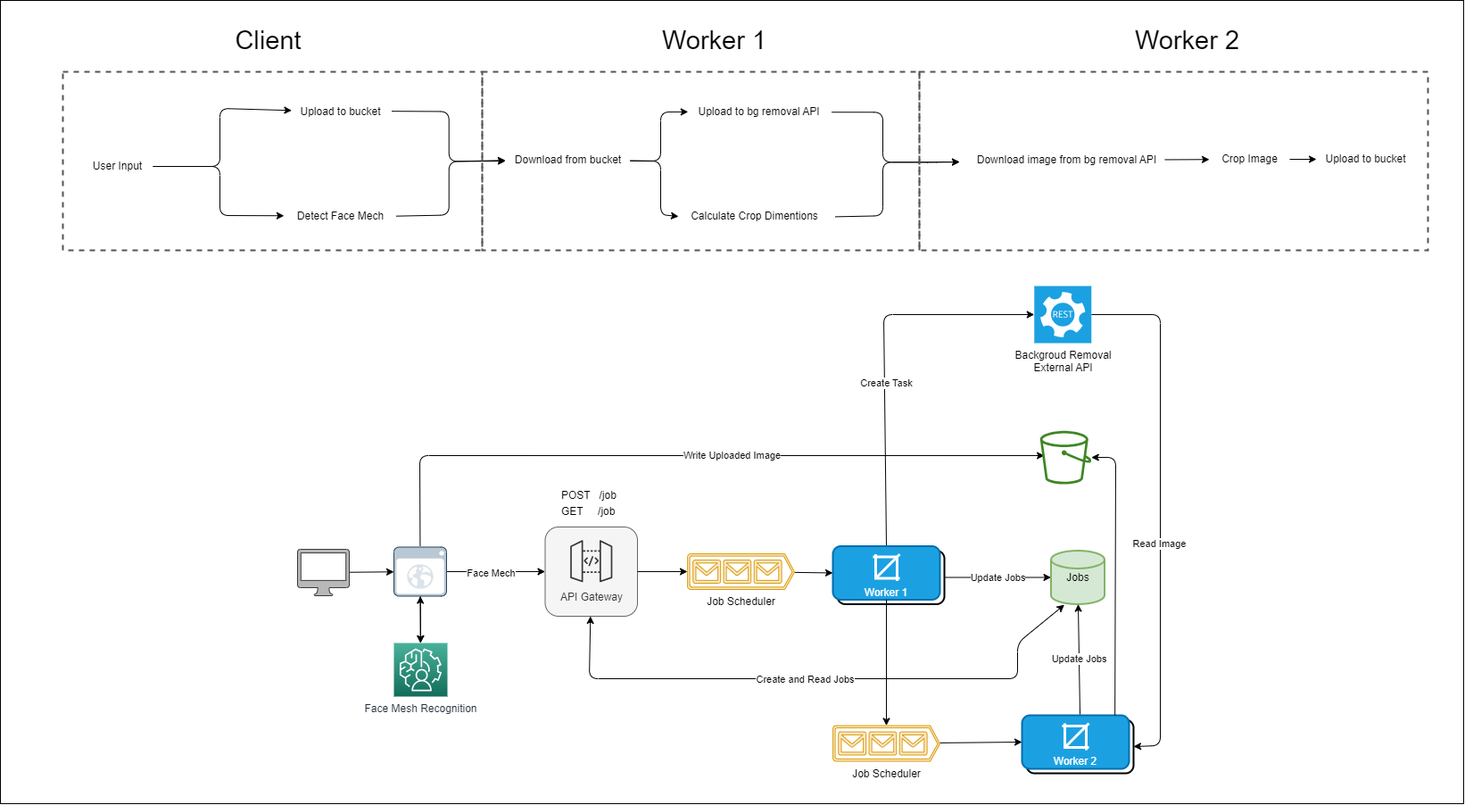
The draw.io diagram architecture.2.0.0.drawio.png in Abdallah-Ragab/dv-image, before a commit. Source tidied: cells renumbered, new cells last; positions are measured from the earlier drawing's top-left corner, leaving out a move shared by most shapes.
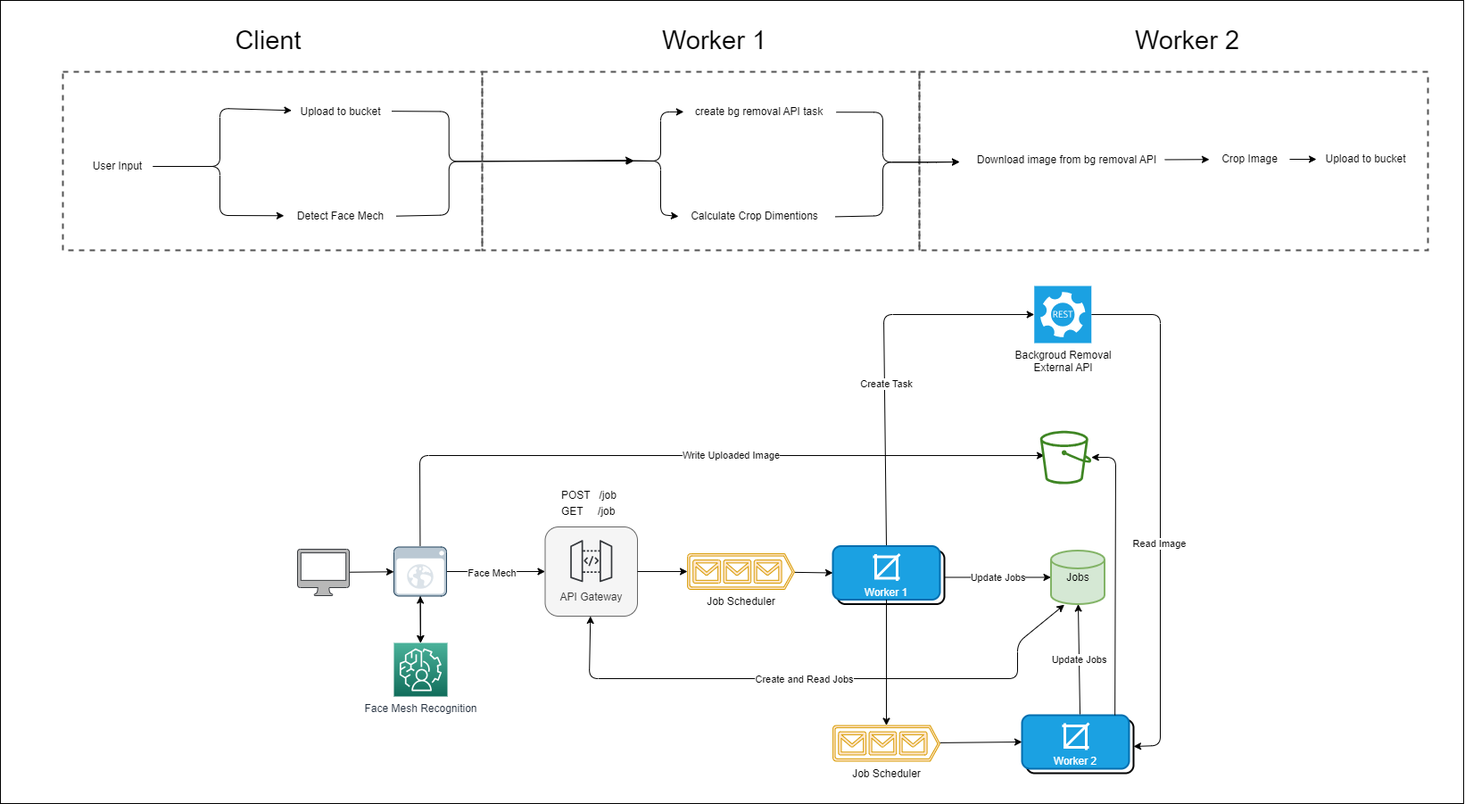
After the change.

What changed in the source:
```diff
@@ -2,6 +2,9 @@
   <root>
     <mxCell id="0" />
     <mxCell id="1" parent="0" />
+    <mxCell id="52" style="rounded=0;whiteSpace=wrap;html=1;dashed=1;strokeColor=#545454;strokeWidth=2;fontColor=default;fillColor=none;gradientColor=none;" parent="1" vertex="1">
+      <mxGeometry x="540" y="80" width="490" height="200" as="geometry" />
+    </mxCell>
     <mxCell id="2" style="rounded=0;whiteSpace=wrap;html=1;fillColor=none;" parent="1" vertex="1">
       <mxGeometry width="1640" height="900" as="geometry" />
     </mxCell>
@@ -161,8 +164,8 @@
     <mxCell id="42" value="&lt;span style=&quot;text-align: left;&quot;&gt;Detect Face Mech&lt;/span&gt;" style="text;html=1;align=center;verticalAlign=middle;points=[];strokeColor=none;fillColor=none;fontColor=default;" parent="1" vertex="1">
       <mxGeometry x="321" y="227" width="120" height="30" as="geometry" />
     </mxCell>
-    <mxCell id="43" value="&lt;div style=&quot;border-color: var(--border-color); text-align: left;&quot;&gt;&lt;span style=&quot;border-color: var(--border-color); background-color: initial;&quot;&gt;Upload to bg removal API&lt;br&gt;&lt;/span&gt;&lt;/div&gt;" style="text;html=1;align=center;verticalAlign=middle;points=[];strokeColor=none;fillColor=none;fontColor=default;" parent="1" vertex="1">
-      <mxGeometry x="770" y="110" width="160" height="30" as="geometry" />
+    <mxCell id="43" value="&lt;div style=&quot;border-color: var(--border-color); text-align: left;&quot;&gt;&lt;span style=&quot;border-color: var(--border-color); background-color: initial;&quot;&gt;create bg removal API task&lt;br&gt;&lt;/span&gt;&lt;/div&gt;" style="text;html=1;align=center;verticalAlign=middle;points=[];strokeColor=none;fillColor=none;fontColor=default;" parent="1" vertex="1">
+      <mxGeometry x="765" y="110" width="170" height="30" as="geometry" />
     </mxCell>
     <mxCell id="44" value="&lt;div style=&quot;border-color: var(--border-color); text-align: left;&quot;&gt;Calculate Crop Dimentions&lt;br&gt;&lt;/div&gt;" style="text;html=1;align=center;verticalAlign=middle;points=[];strokeColor=none;fillColor=none;fontColor=default;" parent="1" vertex="1">
       <mxGeometry x="760" y="227" width="170" height="30" as="geometry" />
@@ -187,44 +190,42 @@
         </Array>
       </mxGeometry>
     </mxCell>
-    <mxCell id="47" style="edgeStyle=none;html=1;fontColor=default;startArrow=none;startFill=0;exitX=1.023;exitY=0.472;exitDx=0;exitDy=0;exitPerimeter=0;entryX=0;entryY=0.506;entryDx=0;entryDy=0;entryPerimeter=0;" parent="1" edge="1" source="38" target="51">
+    <mxCell id="47" style="edgeStyle=none;html=1;fontColor=default;startArrow=none;startFill=0;exitX=1.023;exitY=0.472;exitDx=0;exitDy=0;exitPerimeter=0;" parent="1" edge="1" source="38">
       <mxGeometry relative="1" as="geometry">
+        <mxPoint x="709" y="179" as="targetPoint" />
         <Array as="points">
           <mxPoint x="502.7" y="124.5" />
           <mxPoint x="502.7" y="180.5" />
         </Array>
       </mxGeometry>
     </mxCell>
-    <mxCell id="48" style="edgeStyle=none;html=1;fontColor=default;startArrow=none;startFill=0;exitX=1.021;exitY=0.489;exitDx=0;exitDy=0;exitPerimeter=0;entryX=0;entryY=0.533;entryDx=0;entryDy=0;entryPerimeter=0;" parent="1" edge="1" source="42" target="51">
+    <mxCell id="48" style="edgeStyle=none;html=1;fontColor=default;startArrow=none;startFill=0;exitX=1.021;exitY=0.489;exitDx=0;exitDy=0;exitPerimeter=0;" parent="1" edge="1" source="42">
       <mxGeometry relative="1" as="geometry">
+        <mxPoint x="710" y="180" as="targetPoint" />
         <Array as="points">
           <mxPoint x="502.7" y="240.5" />
           <mxPoint x="502.7" y="180.5" />
         </Array>
       </mxGeometry>
     </mxCell>
-    <mxCell id="49" style="edgeStyle=none;html=1;fontColor=default;startArrow=none;startFill=0;entryX=0.005;entryY=0.495;entryDx=0;entryDy=0;entryPerimeter=0;" parent="1" edge="1" source="51" target="43">
+    <mxCell id="49" style="edgeStyle=none;html=1;fontColor=default;startArrow=none;startFill=0;entryX=0.005;entryY=0.495;entryDx=0;entryDy=0;entryPerimeter=0;" parent="1" edge="1" target="43">
       <mxGeometry relative="1" as="geometry">
+        <mxPoint x="706" y="179.7" as="sourcePoint" />
         <Array as="points">
           <mxPoint x="740" y="180" />
           <mxPoint x="740" y="125" />
         </Array>
       </mxGeometry>
     </mxCell>
-    <mxCell id="50" style="edgeStyle=none;html=1;entryX=0;entryY=0.502;entryDx=0;entryDy=0;entryPerimeter=0;fontColor=default;startArrow=none;startFill=0;" parent="1" edge="1" source="51" target="44">
+    <mxCell id="50" style="edgeStyle=none;html=1;entryX=0;entryY=0.502;entryDx=0;entryDy=0;entryPerimeter=0;fontColor=default;startArrow=none;startFill=0;" parent="1" edge="1" target="44">
       <mxGeometry relative="1" as="geometry">
+        <mxPoint x="706" y="179.7" as="sourcePoint" />
         <Array as="points">
           <mxPoint x="740" y="180" />
           <mxPoint x="740" y="240" />
         </Array>
       </mxGeometry>
     </mxCell>
-    <mxCell id="51" value="&lt;span style=&quot;text-align: left;&quot;&gt;Download from bucket&lt;/span&gt;" style="text;html=1;align=center;verticalAlign=middle;points=[];strokeColor=none;fillColor=none;fontColor=default;" parent="1" vertex="1">
-      <mxGeometry x="566" y="164" width="140" height="30" as="geometry" />
-    </mxCell>
-    <mxCell id="52" style="rounded=0;whiteSpace=wrap;html=1;dashed=1;strokeColor=#545454;strokeWidth=2;fontColor=default;fillColor=none;gradientColor=none;" parent="1" vertex="1">
-      <mxGeometry x="540" y="80" width="490" height="200" as="geometry" />
-    </mxCell>
     <mxCell id="53" style="rounded=0;whiteSpace=wrap;html=1;dashed=1;strokeColor=#545454;strokeWidth=2;fontColor=default;fillColor=none;gradientColor=none;" parent="1" vertex="1">
       <mxGeometry x="1030" y="80" width="570" height="200" as="geometry" />
     </mxCell>
```
